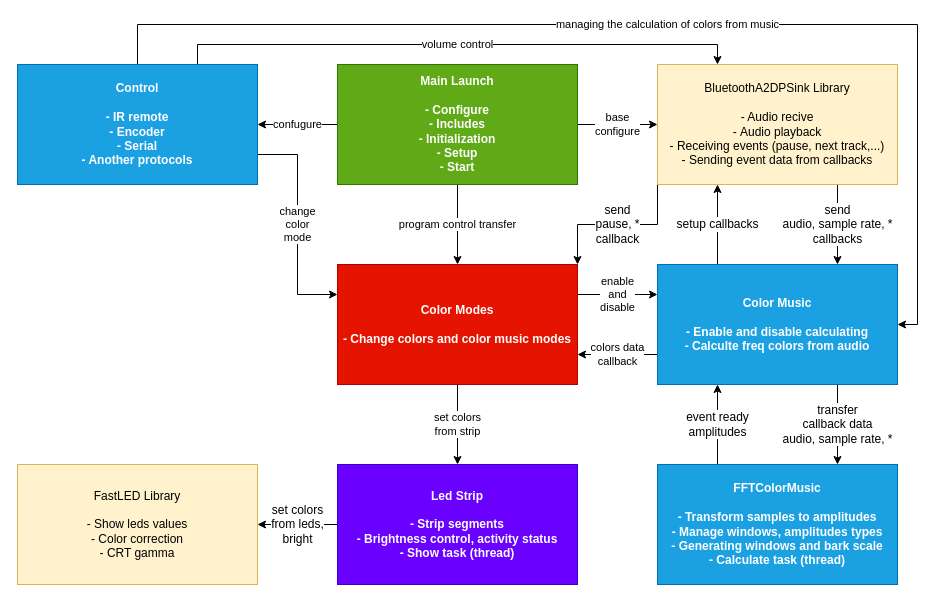
The draw.io diagram docs/diagrams/system-architecture.drawio in ArthurKoba/esp32-color-music, before the edit. Source tidied: cells renumbered, new cells numbered last; positions are measured from the earlier drawing's top-left corner, leaving out a move shared by most shapes. Both pictures are drawn from the tidied source at 100%, with x=0, y=0 at pixel (17, 24).
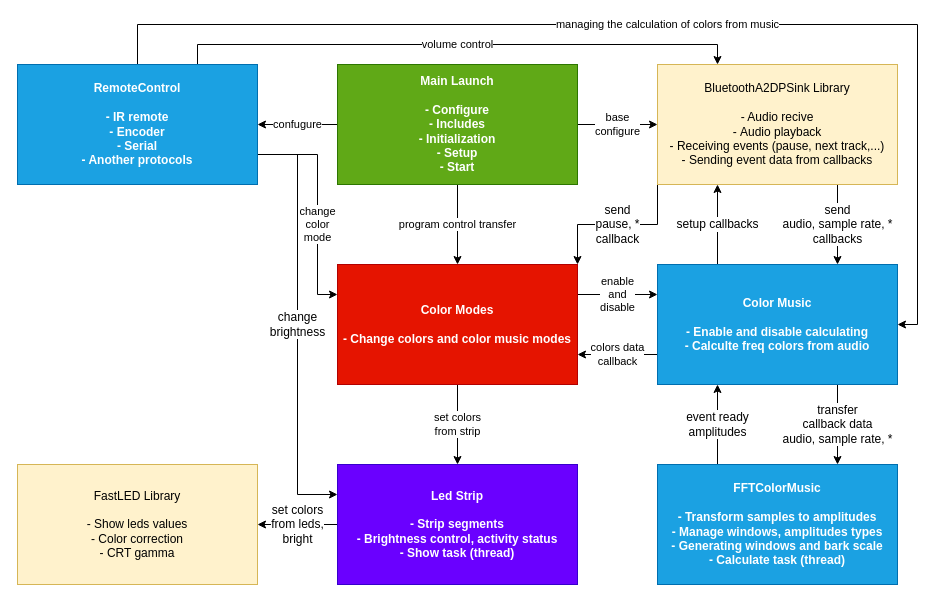
The same page after the edit.

Commit message:
rename control to RemoteControl, add relation from RemoteControl to LedStrip

The change refers to these unchanged cells:
```xml
<mxCell id="4" value="Color Modes&lt;br&gt;&lt;br&gt;- Change colors and color music modes" style="rounded=0;whiteSpace=wrap;html=1;fillColor=#e51400;strokeColor=#B20000;fontStyle=1;fontColor=#ffffff;" parent="1" vertex="1">
  <mxGeometry x="320" y="240" width="240" height="120" as="geometry" />
</mxCell>
<mxCell id="15" value="Led Strip&lt;br&gt;&lt;br&gt;- Strip segments&lt;br&gt;- Brightness control, activity status&lt;br&gt;- Show task (thread)" style="rounded=0;whiteSpace=wrap;html=1;fillColor=#6a00ff;strokeColor=#3700CC;fontStyle=1;fontColor=#ffffff;" parent="1" vertex="1">
  <mxGeometry x="320" y="440" width="240" height="120" as="geometry" />
</mxCell>
```

Change to the diagram source:
```diff
@@
     <mxCell id="21" value="change&lt;br&gt;color&lt;br&gt;mode" style="edgeStyle=orthogonalEdgeStyle;rounded=0;jettySize=auto;html=1;exitX=1;exitY=0.75;exitDx=0;exitDy=0;entryX=0;entryY=0.25;entryDx=0;entryDy=0;" parent="1" edge="1" source="24" target="4">
-      <mxGeometry relative="1" as="geometry" />
+      <mxGeometry x="0.18" relative="1" as="geometry">
+        <Array as="points">
+          <mxPoint x="300" y="130" />
+          <mxPoint x="300" y="270" />
+        </Array>
+      </mxGeometry>
     </mxCell>
@@
+    <mxCell id="25" value="change&lt;br&gt;brightness" style="edgeStyle=orthogonalEdgeStyle;rounded=0;jettySize=auto;html=1;exitX=1;exitY=0.75;exitDx=0;exitDy=0;entryX=0;entryY=0.25;entryDx=0;entryDy=0;fontSize=12;" parent="1" edge="1" source="24" target="15">
+      <mxGeometry relative="1" as="geometry">
+        <Array as="points">
+          <mxPoint x="280" y="130" />
+          <mxPoint x="280" y="470" />
+        </Array>
+      </mxGeometry>
+    </mxCell>
-    <mxCell id="24" value="Control&lt;br&gt;&lt;br&gt;- IR remote&lt;br&gt;- Encoder&lt;br&gt;- Serial&lt;br&gt;- Another protocols" style="rounded=0;whiteSpace=wrap;html=1;fontStyle=1;fillColor=#1ba1e2;fontColor=#ffffff;strokeColor=#006EAF;" parent="1" vertex="1">
+    <mxCell id="24" value="RemoteControl&lt;br&gt;&lt;br&gt;- IR remote&lt;br&gt;- Encoder&lt;br&gt;- Serial&lt;br&gt;- Another protocols" style="rounded=0;whiteSpace=wrap;html=1;fontStyle=1;fillColor=#1ba1e2;fontColor=#ffffff;strokeColor=#006EAF;" parent="1" vertex="1">
       <mxGeometry y="40" width="240" height="120" as="geometry" />
     </mxCell>
```
